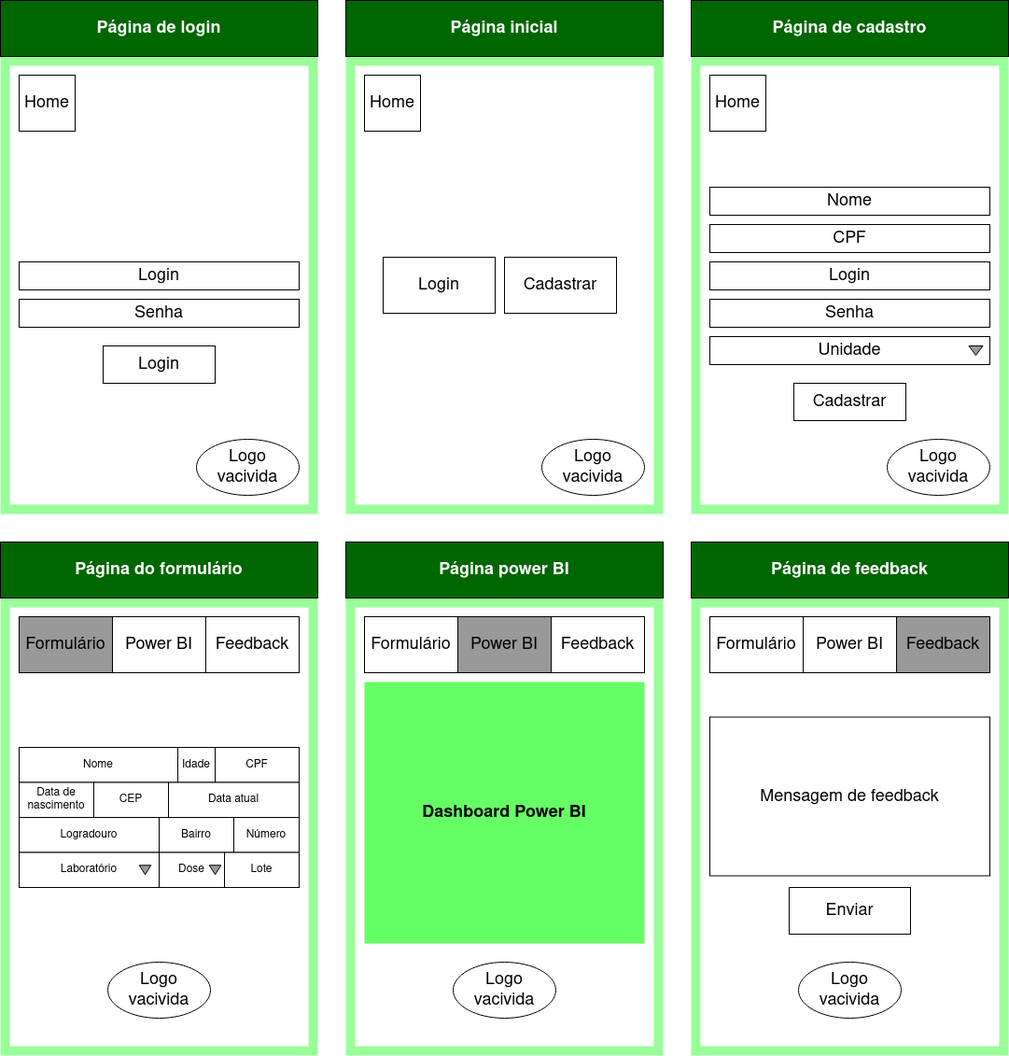
Above: img/planejamento_paginas.png in nmcardoso/engsoft (draw.io), before the change. Source tidied: cells renumbered, new cells last; positions are measured from the earlier drawing's top-left corner, leaving out a move shared by most shapes.
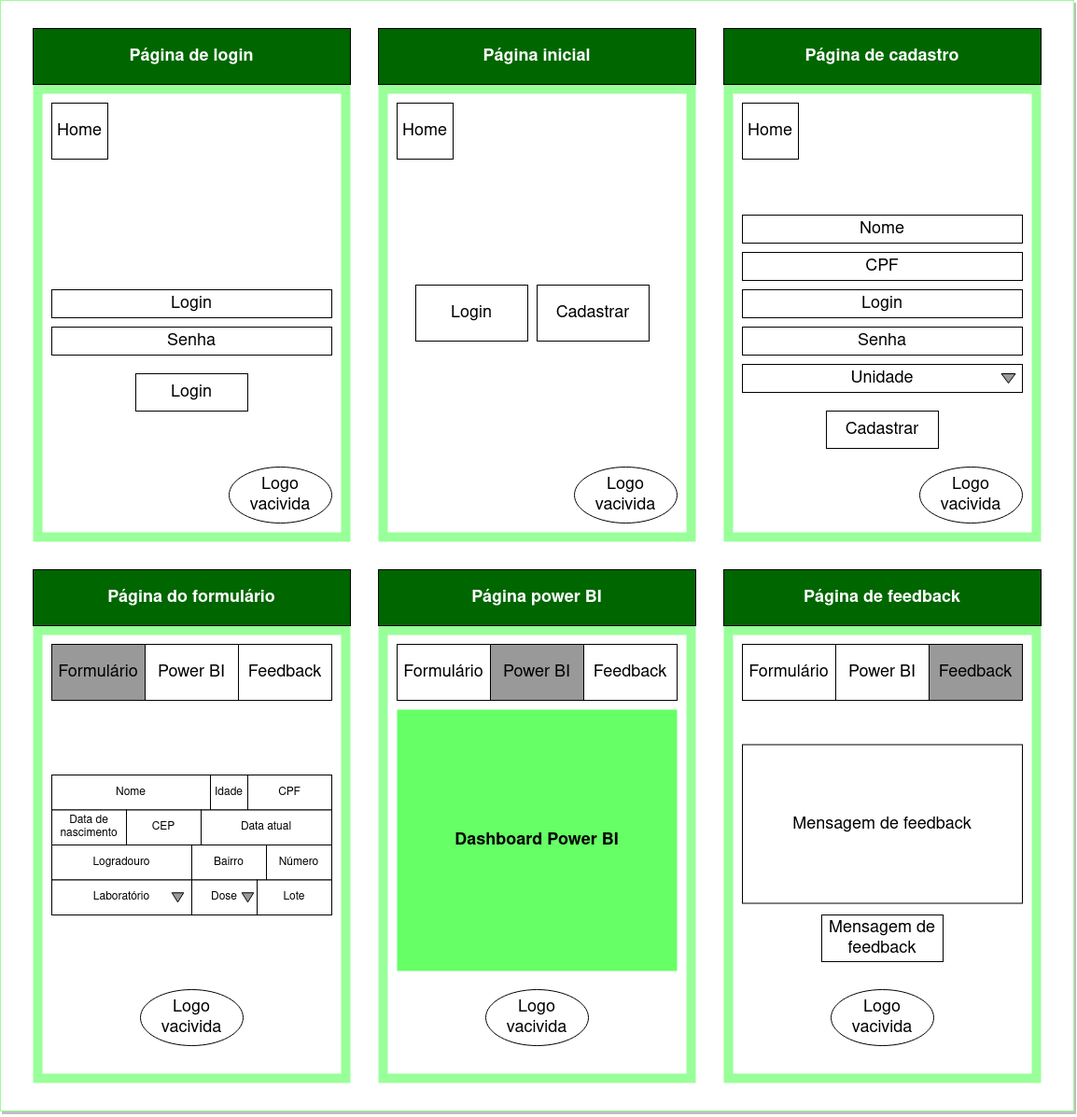
The same file after the commit.

Commit message:
Troca da imagem planejamento_paginas

Change to the diagram source:
```diff
@@ -2,6 +2,9 @@
   <root>
     <mxCell id="0" />
     <mxCell id="1" parent="0" />
+    <mxCell id="67" style="rounded=0;whiteSpace=wrap;html=1;strokeColor=#99FF99;fillColor=#FFFFFF;shadow=1;" parent="1" vertex="1">
+      <mxGeometry x="-35" y="-30" width="1150" height="1190" as="geometry" />
+    </mxCell>
     <mxCell id="2" style="rounded=0;whiteSpace=wrap;html=1;fillColor=#99FF99;strokeColor=none;" parent="1" vertex="1">
       <mxGeometry x="370" y="60" width="340" height="490" as="geometry" />
     </mxCell>
@@ -194,8 +197,8 @@
     <mxCell id="65" value="&lt;font style=&quot;font-size: 18px&quot;&gt;Mensagem de feedback&lt;/font&gt;" style="rounded=0;whiteSpace=wrap;html=1;strokeColor=#000000;fillColor=#FFFFFF;" parent="1" vertex="1">
       <mxGeometry x="760" y="767.5" width="300" height="170" as="geometry" />
     </mxCell>
-    <mxCell id="66" value="&lt;font style=&quot;font-size: 18px&quot;&gt;Enviar&lt;/font&gt;" style="rounded=0;whiteSpace=wrap;html=1;strokeColor=#000000;fillColor=#FFFFFF;" parent="1" vertex="1">
-      <mxGeometry x="845" y="950" width="130" height="50" as="geometry" />
-    </mxCell>
+    <mxCell id="68" value="&lt;font style=&quot;font-size: 18px&quot;&gt;Mensagem de feedback&lt;/font&gt;" style="rounded=0;whiteSpace=wrap;html=1;strokeColor=#000000;fillColor=#FFFFFF;" parent="1" vertex="1">
+      <mxGeometry x="845" y="950" width="130" height="50" as="geometry" />
+    </mxCell>
   </root>
 </mxGraphModel>
```
